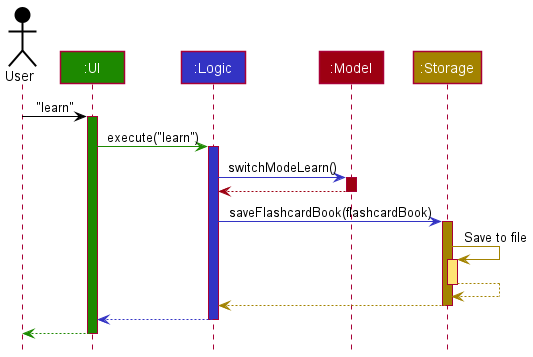
Above: docs/images/ArchitectureSequenceDiagram.png in nus-cs2103-AY2021S2/tp (PlantUML), before the change.
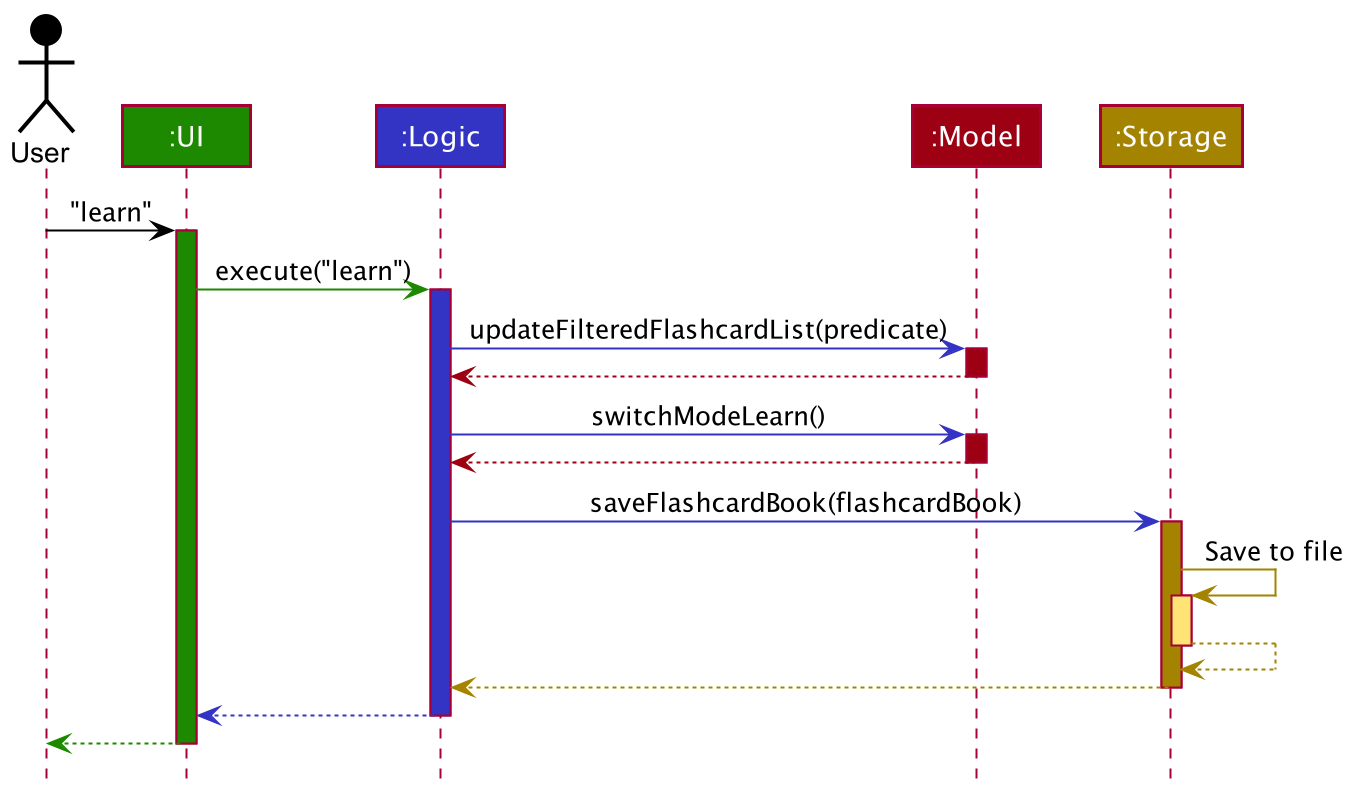
Above is the later version.

Diff of the diagram source:
```diff
@@ -12,6 +12,12 @@
 
 ui -[UI_COLOR]> logic : execute("learn")
 activate logic LOGIC_COLOR
+
+logic -[LOGIC_COLOR]> model : updateFilteredFlashcardList(predicate)
+activate model MODEL_COLOR
+
+model -[MODEL_COLOR]-> logic
+deactivate model
 
 logic -[LOGIC_COLOR]> model : switchModeLearn()
 activate model MODEL_COLOR
```
